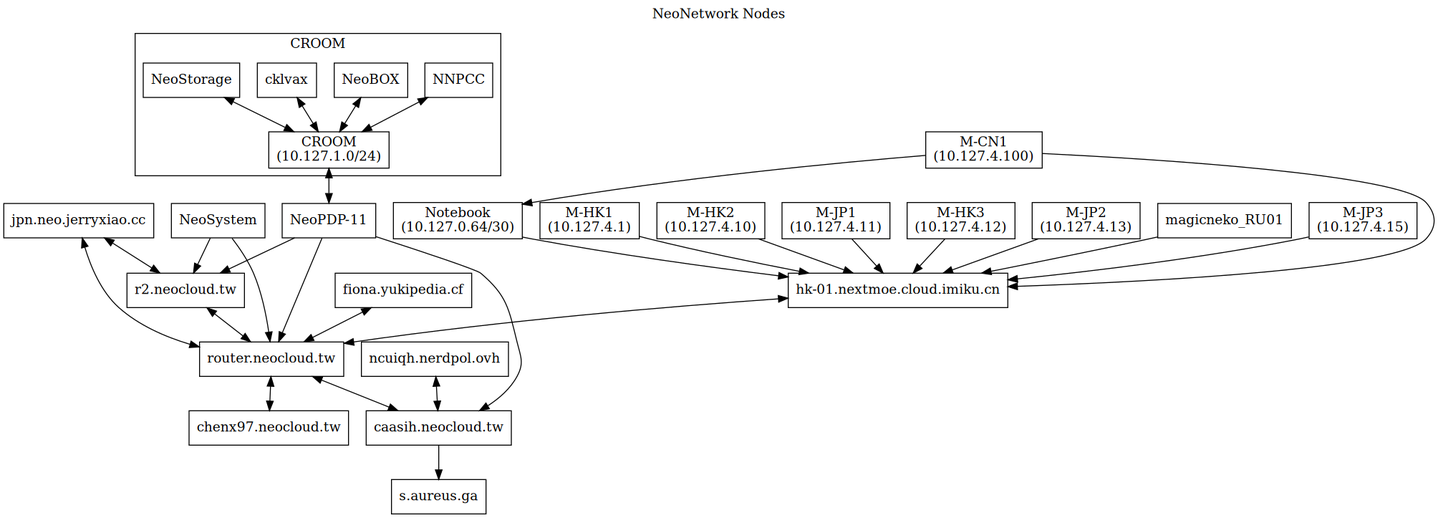
The Graphviz diagram nodes.png in NeoCloud/NeoNetwork, before a commit. Its source is kept beside it as nodes.dot.
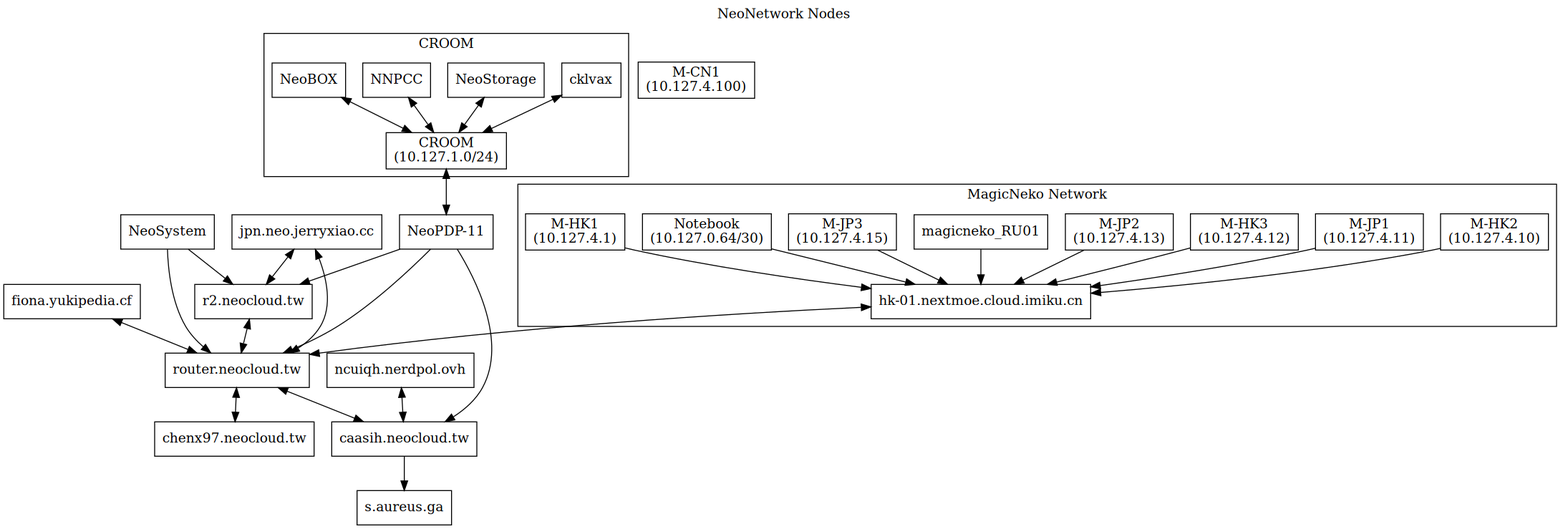
The same diagram one commit later.

Commit message:
Graph: move all magicneko to a subgraph

What changed in the source:
```diff
@@ -26,7 +26,8 @@
 	chenx97 [label="chenx97.neocloud.tw"]
 	JerryXiao [label="jpn.neo.jerryxiao.cc"]
 
-	subgraph cluster_croom {
+	subgraph cluster_croom
+	{
 		label = "CROOM";
 
 		NNPCC -> croom [dir=both]
@@ -48,16 +49,21 @@
 	pan -> ucbvax [dir=both]
 	c -> staph
 	ucbvax -> chenx97 [dir=both]
-	icecat_Notebook -> icecat_Explosion
-	magicneko_HK01-> icecat_Explosion
-	magicneko_HK02-> icecat_Explosion
-	magicneko_JP01 -> icecat_Explosion
-	magicneko_HK03 -> icecat_Explosion
-	magicneko_JP02 -> icecat_Explosion
-	magicneko_RU01 -> icecat_Explosion
-	magicneko_JP03 -> icecat_Explosion
-	magicneko_CN01 -> icecat_Explosion
-	magicneko_CN01 -> icecat_Notebook
+
+	subgraph cluster_magicneko
+	{
+		label="MagicNeko Network";
+
+		magicneko_HK01-> icecat_Explosion
+		magicneko_HK02-> icecat_Explosion
+		magicneko_JP01 -> icecat_Explosion
+		magicneko_HK03 -> icecat_Explosion
+		magicneko_JP02 -> icecat_Explosion
+		magicneko_RU01 -> icecat_Explosion
+		magicneko_JP03 -> icecat_Explosion
+		icecat_Notebook -> icecat_Explosion
+	}
+
 	JerryXiao -> pan [dir=both]
 	JerryXiao -> ucbvax [dir=both]
 }
```
